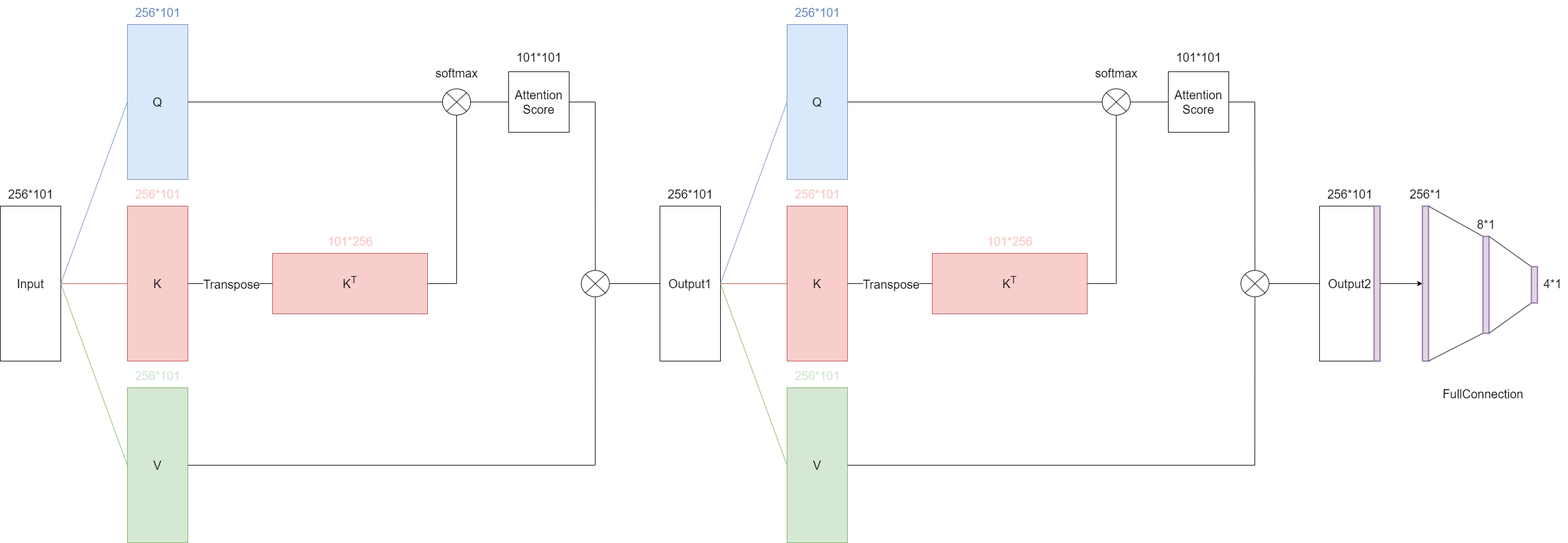
The draw.io diagram attention.drawio.png in Purer-lyk/network_pic, before a commit. Source tidied: cells renumbered, new cells last; positions are measured from the earlier drawing's top-left corner, leaving out a move shared by most shapes.
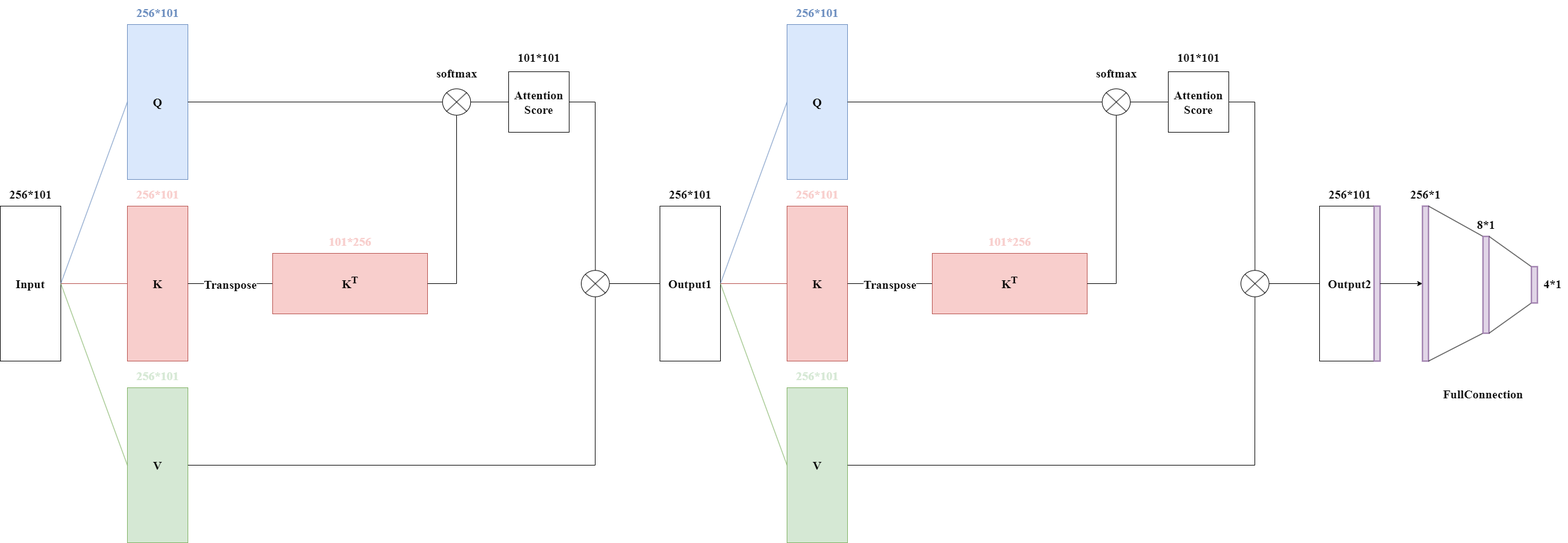
The same file after the commit.

Change to the diagram source:
```diff
@@ -4,12 +4,12 @@
     <mxCell id="1" parent="0" />
-    <mxCell id="2" value="&lt;font style=&quot;font-size: 20px;&quot;&gt;Input&lt;/font&gt;" style="rounded=0;whiteSpace=wrap;html=1;" parent="1" vertex="1">
+    <mxCell id="2" value="&lt;font face=&quot;Times New Roman&quot; style=&quot;font-size: 20px;&quot;&gt;&lt;b&gt;Input&lt;/b&gt;&lt;/font&gt;" style="rounded=0;whiteSpace=wrap;html=1;" parent="1" vertex="1">
       <mxGeometry y="340" width="100" height="256" as="geometry" />
     </mxCell>
-    <mxCell id="3" value="&lt;font style=&quot;font-size: 20px;&quot;&gt;Q&lt;/font&gt;" style="rounded=0;whiteSpace=wrap;html=1;fillColor=#dae8fc;strokeColor=#6c8ebf;" parent="1" vertex="1">
+    <mxCell id="3" value="&lt;font face=&quot;Times New Roman&quot; style=&quot;font-size: 20px;&quot;&gt;&lt;b&gt;Q&lt;/b&gt;&lt;/font&gt;" style="rounded=0;whiteSpace=wrap;html=1;fillColor=#dae8fc;strokeColor=#6c8ebf;" parent="1" vertex="1">
       <mxGeometry x="210" y="40" width="100" height="256" as="geometry" />
     </mxCell>
-    <mxCell id="4" value="&lt;font style=&quot;font-size: 20px;&quot;&gt;K&lt;/font&gt;" style="rounded=0;whiteSpace=wrap;html=1;fillColor=#F8CECC;strokeColor=#b85450;" parent="1" vertex="1">
+    <mxCell id="4" value="&lt;font face=&quot;Times New Roman&quot; style=&quot;font-size: 20px;&quot;&gt;&lt;b&gt;K&lt;/b&gt;&lt;/font&gt;" style="rounded=0;whiteSpace=wrap;html=1;fillColor=#F8CECC;strokeColor=#b85450;" parent="1" vertex="1">
       <mxGeometry x="210" y="340" width="100" height="256" as="geometry" />
     </mxCell>
-    <mxCell id="5" value="&lt;font style=&quot;font-size: 20px;&quot;&gt;V&lt;/font&gt;" style="rounded=0;whiteSpace=wrap;html=1;fillColor=#D5E8D4;strokeColor=#82b366;" parent="1" vertex="1">
+    <mxCell id="5" value="&lt;font face=&quot;Times New Roman&quot; style=&quot;font-size: 20px;&quot;&gt;&lt;b&gt;V&lt;/b&gt;&lt;/font&gt;" style="rounded=0;whiteSpace=wrap;html=1;fillColor=#D5E8D4;strokeColor=#82b366;" parent="1" vertex="1">
       <mxGeometry x="210" y="640" width="100" height="256" as="geometry" />
@@ -25,13 +25,13 @@
     </mxCell>
-    <mxCell id="9" value="&lt;font color=&quot;#6c8ebf&quot; style=&quot;font-size: 20px;&quot;&gt;256*101&lt;/font&gt;" style="text;html=1;align=center;verticalAlign=middle;strokeColor=none;fillColor=none;" parent="1" vertex="1">
-      <mxGeometry x="210" width="100" height="40" as="geometry" />
+    <mxCell id="9" value="&lt;font face=&quot;Times New Roman&quot; color=&quot;#6c8ebf&quot; style=&quot;font-size: 20px;&quot;&gt;&lt;b&gt;256*101&lt;/b&gt;&lt;/font&gt;" style="text;html=1;align=center;verticalAlign=middle;strokeColor=none;fillColor=none;" parent="1" vertex="1">
+      <mxGeometry x="215" width="90" height="40" as="geometry" />
     </mxCell>
-    <mxCell id="10" value="&lt;font style=&quot;font-size: 20px;&quot;&gt;256*101&lt;/font&gt;" style="text;html=1;align=center;verticalAlign=middle;strokeColor=none;fillColor=none;" parent="1" vertex="1">
-      <mxGeometry y="300" width="100" height="40" as="geometry" />
+    <mxCell id="10" value="&lt;font face=&quot;Times New Roman&quot; style=&quot;font-size: 20px;&quot;&gt;&lt;b&gt;256*101&lt;/b&gt;&lt;/font&gt;" style="text;html=1;align=center;verticalAlign=middle;strokeColor=none;fillColor=none;" parent="1" vertex="1">
+      <mxGeometry x="5" y="300" width="90" height="40" as="geometry" />
     </mxCell>
-    <mxCell id="11" value="&lt;font color=&quot;#f8cecc&quot; style=&quot;font-size: 20px;&quot;&gt;256*101&lt;/font&gt;" style="text;html=1;align=center;verticalAlign=middle;strokeColor=none;fillColor=none;" parent="1" vertex="1">
-      <mxGeometry x="210" y="300" width="100" height="40" as="geometry" />
+    <mxCell id="11" value="&lt;font face=&quot;Times New Roman&quot; color=&quot;#f8cecc&quot; style=&quot;font-size: 20px;&quot;&gt;&lt;b&gt;256*101&lt;/b&gt;&lt;/font&gt;" style="text;html=1;align=center;verticalAlign=middle;strokeColor=none;fillColor=none;" parent="1" vertex="1">
+      <mxGeometry x="215" y="300" width="90" height="40" as="geometry" />
     </mxCell>
-    <mxCell id="12" value="&lt;font color=&quot;#d5e8d4&quot; style=&quot;font-size: 20px;&quot;&gt;256*101&lt;/font&gt;" style="text;html=1;align=center;verticalAlign=middle;strokeColor=none;fillColor=none;" parent="1" vertex="1">
-      <mxGeometry x="210" y="600" width="100" height="40" as="geometry" />
+    <mxCell id="12" value="&lt;font face=&quot;Times New Roman&quot; color=&quot;#d5e8d4&quot; style=&quot;font-size: 20px;&quot;&gt;&lt;b&gt;256*101&lt;/b&gt;&lt;/font&gt;" style="text;html=1;align=center;verticalAlign=middle;strokeColor=none;fillColor=none;" parent="1" vertex="1">
+      <mxGeometry x="215" y="600" width="90" height="40" as="geometry" />
     </mxCell>
@@ -45,3 +45,3 @@
     </mxCell>
-    <mxCell id="15" value="&lt;font style=&quot;font-size: 20px;&quot;&gt;Transpose&lt;/font&gt;" style="edgeLabel;html=1;align=center;verticalAlign=middle;" parent="14" vertex="1">
+    <mxCell id="15" value="&lt;font face=&quot;Times New Roman&quot; style=&quot;font-size: 20px;&quot;&gt;&lt;b&gt;Transpose&lt;/b&gt;&lt;/font&gt;" style="edgeLabel;html=1;align=center;verticalAlign=middle;" parent="14" vertex="1">
       <mxGeometry x="0.01" y="1" relative="1" as="geometry">
@@ -50,7 +50,7 @@
     </mxCell>
-    <mxCell id="16" value="&lt;font style=&quot;&quot;&gt;&lt;sup style=&quot;&quot;&gt;&lt;span style=&quot;font-size: 20px;&quot;&gt;K&lt;sup&gt;T&lt;/sup&gt;&lt;/span&gt;&lt;/sup&gt;&lt;/font&gt;" style="rounded=0;whiteSpace=wrap;html=1;fillColor=#F8CECC;strokeColor=#b85450;direction=south;" parent="1" vertex="1">
+    <mxCell id="16" value="&lt;font face=&quot;Times New Roman&quot; style=&quot;&quot;&gt;&lt;sup style=&quot;&quot;&gt;&lt;span style=&quot;font-size: 20px;&quot;&gt;&lt;b&gt;K&lt;sup&gt;T&lt;/sup&gt;&lt;/b&gt;&lt;/span&gt;&lt;/sup&gt;&lt;/font&gt;" style="rounded=0;whiteSpace=wrap;html=1;fillColor=#F8CECC;strokeColor=#b85450;direction=south;" parent="1" vertex="1">
       <mxGeometry x="450" y="418" width="256" height="100" as="geometry" />
     </mxCell>
-    <mxCell id="17" value="&lt;font color=&quot;#f8cecc&quot; style=&quot;font-size: 20px;&quot;&gt;101*256&lt;/font&gt;" style="text;html=1;align=center;verticalAlign=middle;strokeColor=none;fillColor=none;" parent="1" vertex="1">
-      <mxGeometry x="528" y="378" width="100" height="40" as="geometry" />
+    <mxCell id="17" value="&lt;font face=&quot;Times New Roman&quot; color=&quot;#f8cecc&quot; style=&quot;font-size: 20px;&quot;&gt;&lt;b&gt;101*256&lt;/b&gt;&lt;/font&gt;" style="text;html=1;align=center;verticalAlign=middle;strokeColor=none;fillColor=none;" parent="1" vertex="1">
+      <mxGeometry x="533" y="378" width="90" height="40" as="geometry" />
     </mxCell>
@@ -67,3 +67,3 @@
     </mxCell>
-    <mxCell id="20" value="&lt;font style=&quot;font-size: 20px;&quot;&gt;Attention&lt;/font&gt;&lt;div style=&quot;font-size: 20px;&quot;&gt;&lt;font style=&quot;font-size: 20px;&quot;&gt;Score&lt;/font&gt;&lt;/div&gt;" style="rounded=0;whiteSpace=wrap;html=1;" parent="1" vertex="1">
+    <mxCell id="20" value="&lt;font face=&quot;Times New Roman&quot; style=&quot;font-size: 20px;&quot;&gt;&lt;b style=&quot;&quot;&gt;Attention&lt;/b&gt;&lt;/font&gt;&lt;div style=&quot;font-size: 20px;&quot;&gt;&lt;font face=&quot;Times New Roman&quot; style=&quot;font-size: 20px;&quot;&gt;&lt;b&gt;Score&lt;/b&gt;&lt;/font&gt;&lt;/div&gt;" style="rounded=0;whiteSpace=wrap;html=1;" parent="1" vertex="1">
       <mxGeometry x="840" y="118" width="100" height="100" as="geometry" />
@@ -77,4 +77,4 @@
     </mxCell>
-    <mxCell id="22" value="&lt;font style=&quot;font-size: 20px;&quot;&gt;101*101&lt;/font&gt;" style="text;html=1;align=center;verticalAlign=middle;strokeColor=none;fillColor=none;" parent="1" vertex="1">
-      <mxGeometry x="840" y="74" width="100" height="40" as="geometry" />
+    <mxCell id="22" value="&lt;font face=&quot;Times New Roman&quot; style=&quot;font-size: 20px;&quot;&gt;&lt;b&gt;101*101&lt;/b&gt;&lt;/font&gt;" style="text;html=1;align=center;verticalAlign=middle;strokeColor=none;fillColor=none;" parent="1" vertex="1">
+      <mxGeometry x="845" y="74" width="90" height="40" as="geometry" />
     </mxCell>
@@ -92,7 +92,7 @@
     </mxCell>
-    <mxCell id="25" value="&lt;font style=&quot;font-size: 20px;&quot;&gt;Output1&lt;/font&gt;" style="rounded=0;whiteSpace=wrap;html=1;" parent="1" vertex="1">
+    <mxCell id="25" value="&lt;font face=&quot;Times New Roman&quot; style=&quot;font-size: 20px;&quot;&gt;&lt;b&gt;Output1&lt;/b&gt;&lt;/font&gt;" style="rounded=0;whiteSpace=wrap;html=1;" parent="1" vertex="1">
       <mxGeometry x="1090" y="340" width="100" height="256" as="geometry" />
     </mxCell>
-    <mxCell id="26" value="&lt;span style=&quot;font-size: 20px;&quot;&gt;256*101&lt;/span&gt;" style="text;html=1;align=center;verticalAlign=middle;strokeColor=none;fillColor=none;" parent="1" vertex="1">
-      <mxGeometry x="1090" y="300" width="100" height="40" as="geometry" />
+    <mxCell id="26" value="&lt;span style=&quot;font-size: 20px;&quot;&gt;&lt;b&gt;&lt;font face=&quot;Times New Roman&quot;&gt;256*101&lt;/font&gt;&lt;/b&gt;&lt;/span&gt;" style="text;html=1;align=center;verticalAlign=middle;strokeColor=none;fillColor=none;" parent="1" vertex="1">
+      <mxGeometry x="1095" y="300" width="90" height="40" as="geometry" />
     </mxCell>
@@ -103,9 +103,9 @@
     </mxCell>
-    <mxCell id="28" value="&lt;font style=&quot;font-size: 20px;&quot;&gt;Output2&lt;/font&gt;" style="rounded=0;whiteSpace=wrap;html=1;" parent="1" vertex="1">
+    <mxCell id="28" value="&lt;font face=&quot;Times New Roman&quot; style=&quot;font-size: 20px;&quot;&gt;&lt;b&gt;Output2&lt;/b&gt;&lt;/font&gt;" style="rounded=0;whiteSpace=wrap;html=1;" parent="1" vertex="1">
       <mxGeometry x="2180" y="340" width="100" height="256" as="geometry" />
     </mxCell>
-    <mxCell id="29" value="&lt;font style=&quot;font-size: 20px;&quot;&gt;256*101&lt;/font&gt;" style="text;html=1;align=center;verticalAlign=middle;strokeColor=none;fillColor=none;" parent="1" vertex="1">
-      <mxGeometry x="2180" y="300" width="100" height="40" as="geometry" />
+    <mxCell id="29" value="&lt;font face=&quot;Times New Roman&quot; style=&quot;font-size: 20px;&quot;&gt;&lt;b&gt;256*101&lt;/b&gt;&lt;/font&gt;" style="text;html=1;align=center;verticalAlign=middle;strokeColor=none;fillColor=none;" parent="1" vertex="1">
+      <mxGeometry x="2185" y="300" width="90" height="40" as="geometry" />
     </mxCell>
-    <mxCell id="30" value="&lt;font style=&quot;font-size: 20px;&quot;&gt;softmax&lt;/font&gt;" style="text;html=1;align=center;verticalAlign=middle;strokeColor=none;fillColor=none;" parent="1" vertex="1">
+    <mxCell id="30" value="&lt;font face=&quot;Times New Roman&quot; style=&quot;font-size: 20px;&quot;&gt;&lt;b&gt;softmax&lt;/b&gt;&lt;/font&gt;" style="text;html=1;align=center;verticalAlign=middle;strokeColor=none;fillColor=none;" parent="1" vertex="1">
       <mxGeometry x="709" y="100" width="90" height="40" as="geometry" />
@@ -141,4 +141,4 @@
     </mxCell>
-    <mxCell id="37" value="&lt;font style=&quot;font-size: 20px;&quot;&gt;256*1&lt;/font&gt;" style="text;html=1;align=center;verticalAlign=middle;strokeColor=none;fillColor=none;" parent="1" vertex="1">
-      <mxGeometry x="2315" y="300" width="80" height="40" as="geometry" />
+    <mxCell id="37" value="&lt;font face=&quot;Times New Roman&quot; style=&quot;font-size: 20px;&quot;&gt;&lt;b&gt;256*1&lt;/b&gt;&lt;/font&gt;" style="text;html=1;align=center;verticalAlign=middle;strokeColor=none;fillColor=none;" parent="1" vertex="1">
+      <mxGeometry x="2320" y="300" width="70" height="40" as="geometry" />
     </mxCell>
@@ -170,9 +170,9 @@
     </mxCell>
-    <mxCell id="44" value="&lt;font style=&quot;font-size: 20px;&quot;&gt;8*1&lt;/font&gt;" style="text;html=1;align=center;verticalAlign=middle;strokeColor=none;fillColor=none;" parent="1" vertex="1">
+    <mxCell id="44" value="&lt;font face=&quot;Times New Roman&quot; style=&quot;font-size: 20px;&quot;&gt;&lt;b&gt;8*1&lt;/b&gt;&lt;/font&gt;" style="text;html=1;align=center;verticalAlign=middle;strokeColor=none;fillColor=none;" parent="1" vertex="1">
       <mxGeometry x="2430" y="350" width="50" height="40" as="geometry" />
     </mxCell>
-    <mxCell id="45" value="&lt;font style=&quot;font-size: 20px;&quot;&gt;4*1&lt;/font&gt;" style="text;html=1;align=center;verticalAlign=middle;strokeColor=none;fillColor=none;" parent="1" vertex="1">
+    <mxCell id="45" value="&lt;font face=&quot;Times New Roman&quot; style=&quot;font-size: 20px;&quot;&gt;&lt;b&gt;4*1&lt;/b&gt;&lt;/font&gt;" style="text;html=1;align=center;verticalAlign=middle;strokeColor=none;fillColor=none;" parent="1" vertex="1">
       <mxGeometry x="2540" y="448" width="50" height="40" as="geometry" />
     </mxCell>
-    <mxCell id="46" value="&lt;font style=&quot;font-size: 20px;&quot;&gt;FullConnection&lt;/font&gt;" style="text;html=1;align=center;verticalAlign=middle;strokeColor=none;fillColor=none;" parent="1" vertex="1">
+    <mxCell id="46" value="&lt;font face=&quot;Times New Roman&quot; style=&quot;font-size: 20px;&quot;&gt;&lt;b&gt;FullConnection&lt;/b&gt;&lt;/font&gt;" style="text;html=1;align=center;verticalAlign=middle;strokeColor=none;fillColor=none;" parent="1" vertex="1">
       <mxGeometry x="2370" y="630" width="160" height="40" as="geometry" />
@@ -185,19 +185,19 @@
     </mxCell>
-    <mxCell id="49" value="&lt;font style=&quot;font-size: 20px;&quot;&gt;Q&lt;/font&gt;" style="rounded=0;whiteSpace=wrap;html=1;fillColor=#dae8fc;strokeColor=#6c8ebf;" parent="1" vertex="1">
+    <mxCell id="49" value="&lt;font face=&quot;Times New Roman&quot; style=&quot;font-size: 20px;&quot;&gt;&lt;b&gt;Q&lt;/b&gt;&lt;/font&gt;" style="rounded=0;whiteSpace=wrap;html=1;fillColor=#dae8fc;strokeColor=#6c8ebf;" parent="1" vertex="1">
       <mxGeometry x="1300" y="40" width="100" height="256" as="geometry" />
     </mxCell>
-    <mxCell id="50" value="&lt;font style=&quot;font-size: 20px;&quot;&gt;K&lt;/font&gt;" style="rounded=0;whiteSpace=wrap;html=1;fillColor=#F8CECC;strokeColor=#b85450;" parent="1" vertex="1">
+    <mxCell id="50" value="&lt;font face=&quot;Times New Roman&quot; style=&quot;font-size: 20px;&quot;&gt;&lt;b&gt;K&lt;/b&gt;&lt;/font&gt;" style="rounded=0;whiteSpace=wrap;html=1;fillColor=#F8CECC;strokeColor=#b85450;" parent="1" vertex="1">
       <mxGeometry x="1300" y="340" width="100" height="256" as="geometry" />
     </mxCell>
-    <mxCell id="51" value="&lt;font style=&quot;font-size: 20px;&quot;&gt;V&lt;/font&gt;" style="rounded=0;whiteSpace=wrap;html=1;fillColor=#D5E8D4;strokeColor=#82b366;" parent="1" vertex="1">
+    <mxCell id="51" value="&lt;font face=&quot;Times New Roman&quot; style=&quot;font-size: 20px;&quot;&gt;&lt;b&gt;V&lt;/b&gt;&lt;/font&gt;" style="rounded=0;whiteSpace=wrap;html=1;fillColor=#D5E8D4;strokeColor=#82b366;" parent="1" vertex="1">
       <mxGeometry x="1300" y="640" width="100" height="256" as="geometry" />
     </mxCell>
-    <mxCell id="52" value="&lt;font color=&quot;#6c8ebf&quot; style=&quot;font-size: 20px;&quot;&gt;256*101&lt;/font&gt;" style="text;html=1;align=center;verticalAlign=middle;strokeColor=none;fillColor=none;" parent="1" vertex="1">
-      <mxGeometry x="1300" width="100" height="40" as="geometry" />
+    <mxCell id="52" value="&lt;font face=&quot;Times New Roman&quot; color=&quot;#6c8ebf&quot; style=&quot;font-size: 20px;&quot;&gt;&lt;b&gt;256*101&lt;/b&gt;&lt;/font&gt;" style="text;html=1;align=center;verticalAlign=middle;strokeColor=none;fillColor=none;" parent="1" vertex="1">
+      <mxGeometry x="1305" width="90" height="40" as="geometry" />
     </mxCell>
-    <mxCell id="53" value="&lt;font color=&quot;#f8cecc&quot; style=&quot;font-size: 20px;&quot;&gt;256*101&lt;/font&gt;" style="text;html=1;align=center;verticalAlign=middle;strokeColor=none;fillColor=none;" parent="1" vertex="1">
-      <mxGeometry x="1300" y="300" width="100" height="40" as="geometry" />
+    <mxCell id="53" value="&lt;font face=&quot;Times New Roman&quot; color=&quot;#f8cecc&quot; style=&quot;font-size: 20px;&quot;&gt;&lt;b&gt;256*101&lt;/b&gt;&lt;/font&gt;" style="text;html=1;align=center;verticalAlign=middle;strokeColor=none;fillColor=none;" parent="1" vertex="1">
+      <mxGeometry x="1305" y="300" width="90" height="40" as="geometry" />
     </mxCell>
-    <mxCell id="54" value="&lt;font color=&quot;#d5e8d4&quot; style=&quot;font-size: 20px;&quot;&gt;256*101&lt;/font&gt;" style="text;html=1;align=center;verticalAlign=middle;strokeColor=none;fillColor=none;" parent="1" vertex="1">
-      <mxGeometry x="1300" y="600" width="100" height="40" as="geometry" />
+    <mxCell id="54" value="&lt;font face=&quot;Times New Roman&quot; color=&quot;#d5e8d4&quot; style=&quot;font-size: 20px;&quot;&gt;&lt;b&gt;256*101&lt;/b&gt;&lt;/font&gt;" style="text;html=1;align=center;verticalAlign=middle;strokeColor=none;fillColor=none;" parent="1" vertex="1">
+      <mxGeometry x="1305" y="600" width="90" height="40" as="geometry" />
     </mxCell>
@@ -211,3 +211,3 @@
     </mxCell>
-    <mxCell id="57" value="&lt;font style=&quot;font-size: 20px;&quot;&gt;Transpose&lt;/font&gt;" style="edgeLabel;html=1;align=center;verticalAlign=middle;" parent="56" vertex="1">
+    <mxCell id="57" value="&lt;font face=&quot;Times New Roman&quot; style=&quot;font-size: 20px;&quot;&gt;&lt;b&gt;Transpose&lt;/b&gt;&lt;/font&gt;" style="edgeLabel;html=1;align=center;verticalAlign=middle;" parent="56" vertex="1">
       <mxGeometry x="0.01" y="1" relative="1" as="geometry">
@@ -216,7 +216,7 @@
     </mxCell>
-    <mxCell id="58" value="&lt;font style=&quot;&quot;&gt;&lt;sup style=&quot;&quot;&gt;&lt;span style=&quot;font-size: 20px;&quot;&gt;K&lt;sup&gt;T&lt;/sup&gt;&lt;/span&gt;&lt;/sup&gt;&lt;/font&gt;" style="rounded=0;whiteSpace=wrap;html=1;fillColor=#F8CECC;strokeColor=#b85450;direction=south;" parent="1" vertex="1">
+    <mxCell id="58" value="&lt;font face=&quot;Times New Roman&quot; style=&quot;&quot;&gt;&lt;sup style=&quot;&quot;&gt;&lt;span style=&quot;font-size: 20px;&quot;&gt;&lt;b&gt;K&lt;sup&gt;T&lt;/sup&gt;&lt;/b&gt;&lt;/span&gt;&lt;/sup&gt;&lt;/font&gt;" style="rounded=0;whiteSpace=wrap;html=1;fillColor=#F8CECC;strokeColor=#b85450;direction=south;" parent="1" vertex="1">
       <mxGeometry x="1540" y="418" width="256" height="100" as="geometry" />
     </mxCell>
-    <mxCell id="59" value="&lt;font color=&quot;#f8cecc&quot; style=&quot;font-size: 20px;&quot;&gt;101*256&lt;/font&gt;" style="text;html=1;align=center;verticalAlign=middle;strokeColor=none;fillColor=none;" parent="1" vertex="1">
-      <mxGeometry x="1618" y="378" width="100" height="40" as="geometry" />
+    <mxCell id="59" value="&lt;font face=&quot;Times New Roman&quot; color=&quot;#f8cecc&quot; style=&quot;font-size: 20px;&quot;&gt;&lt;b&gt;101*256&lt;/b&gt;&lt;/font&gt;" style="text;html=1;align=center;verticalAlign=middle;strokeColor=none;fillColor=none;" parent="1" vertex="1">
+      <mxGeometry x="1623" y="378" width="90" height="40" as="geometry" />
     </mxCell>
@@ -233,3 +233,3 @@
     </mxCell>
-    <mxCell id="62" value="&lt;font style=&quot;font-size: 20px;&quot;&gt;Attention&lt;/font&gt;&lt;div style=&quot;font-size: 20px;&quot;&gt;&lt;font style=&quot;font-size: 20px;&quot;&gt;Score&lt;/font&gt;&lt;/div&gt;" style="rounded=0;whiteSpace=wrap;html=1;" parent="1" vertex="1">
+    <mxCell id="62" value="&lt;font face=&quot;Times New Roman&quot; style=&quot;font-size: 20px;&quot;&gt;&lt;b&gt;Attention&lt;/b&gt;&lt;/font&gt;&lt;div style=&quot;font-size: 20px;&quot;&gt;&lt;font face=&quot;Times New Roman&quot; style=&quot;font-size: 20px;&quot;&gt;&lt;b&gt;Score&lt;/b&gt;&lt;/font&gt;&lt;/div&gt;" style="rounded=0;whiteSpace=wrap;html=1;" parent="1" vertex="1">
       <mxGeometry x="1930" y="118" width="100" height="100" as="geometry" />
@@ -243,4 +243,4 @@
     </mxCell>
-    <mxCell id="64" value="&lt;font style=&quot;font-size: 20px;&quot;&gt;101*101&lt;/font&gt;" style="text;html=1;align=center;verticalAlign=middle;strokeColor=none;fillColor=none;" parent="1" vertex="1">
-      <mxGeometry x="1930" y="74" width="100" height="40" as="geometry" />
+    <mxCell id="64" value="&lt;font face=&quot;Times New Roman&quot; style=&quot;font-size: 20px;&quot;&gt;&lt;b&gt;101*101&lt;/b&gt;&lt;/font&gt;" style="text;html=1;align=center;verticalAlign=middle;strokeColor=none;fillColor=none;" parent="1" vertex="1">
+      <mxGeometry x="1935" y="74" width="90" height="40" as="geometry" />
     </mxCell>
@@ -253,3 +253,3 @@
     </mxCell>
-    <mxCell id="66" value="&lt;font style=&quot;font-size: 20px;&quot;&gt;softmax&lt;/font&gt;" style="text;html=1;align=center;verticalAlign=middle;strokeColor=none;fillColor=none;" parent="1" vertex="1">
+    <mxCell id="66" value="&lt;font face=&quot;Times New Roman&quot; style=&quot;font-size: 20px;&quot;&gt;&lt;b&gt;softmax&lt;/b&gt;&lt;/font&gt;" style="text;html=1;align=center;verticalAlign=middle;strokeColor=none;fillColor=none;" parent="1" vertex="1">
       <mxGeometry x="1799" y="100" width="90" height="40" as="geometry" />
```
